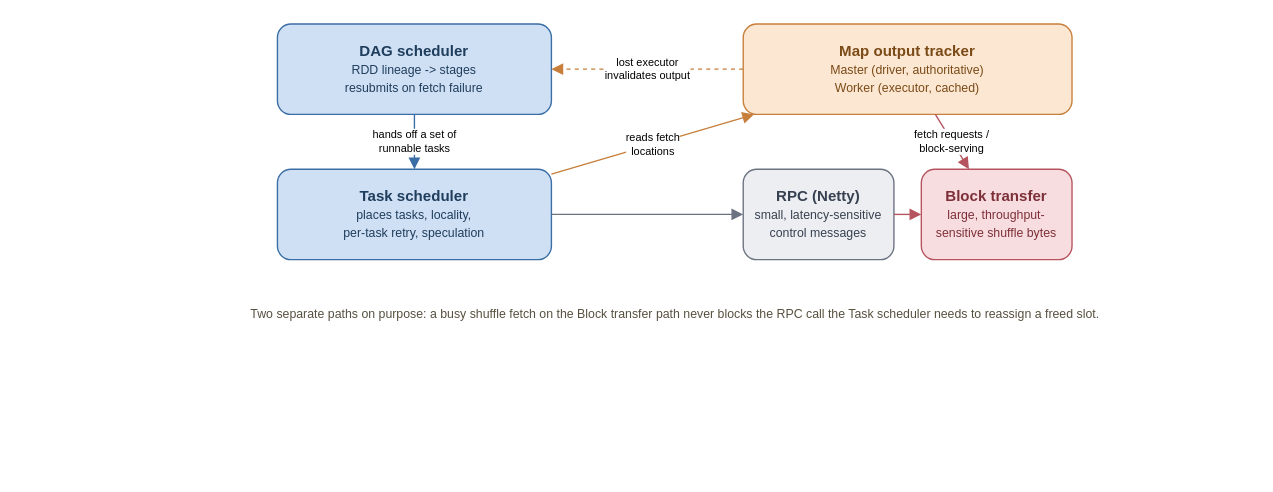
Earlier version of the draw.io diagram book/figures/scheduler-components.drawio (AlanPhan04/spark-101-to-pro). Source tidied: cells renumbered, new cells numbered last; positions are measured from the earlier drawing's top-left corner, leaving out a move shared by most shapes. Both pictures are drawn from the tidied source at 137%, with x=0, y=0 at pixel (277, 23).
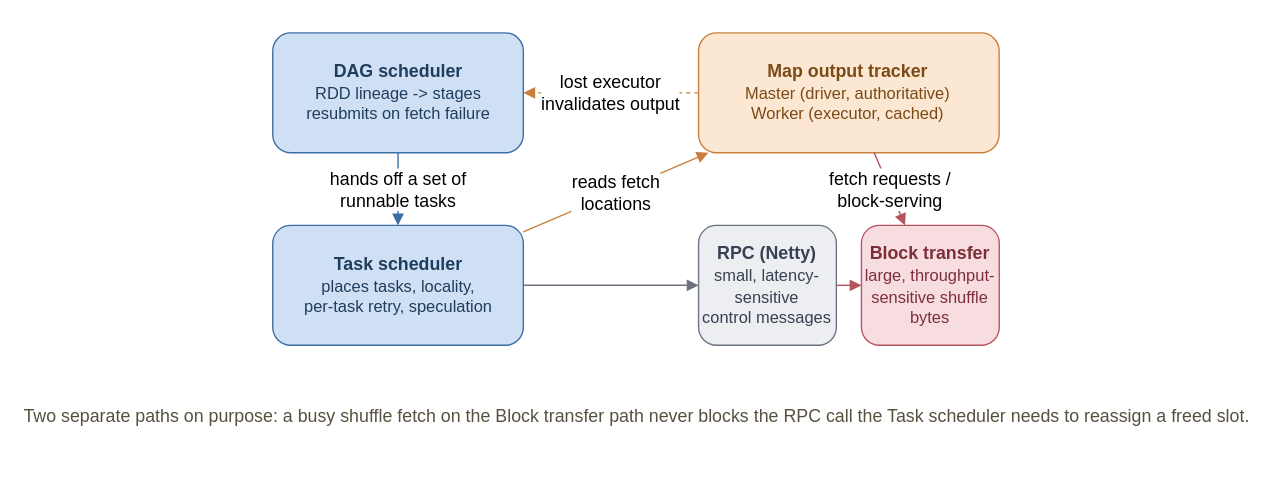
Above is the later version.

The edit, as a diff of the source:
```diff
@@
 <mxGraphModel>
   <root>
     <mxCell id="0" />
     <mxCell id="1" parent="0" />
-    <mxCell id="2" value="&lt;b&gt;DAG scheduler&lt;/b&gt;&lt;br&gt;&lt;span style=&quot;font-size:9px&quot;&gt;RDD lineage -&amp;gt; stages&lt;br&gt;resubmits on fetch failure&lt;/span&gt;" style="rounded=1;whiteSpace=wrap;html=1;fillColor=#cfe0f4;strokeColor=#3b6ea5;fontSize=11;fontColor=#1f3d5c;" parent="1" vertex="1">
-      <mxGeometry width="200" height="66" as="geometry" />
+    <mxCell id="2" value="&lt;b&gt;DAG scheduler&lt;/b&gt;&lt;br&gt;&lt;span style=&quot;font-size:12px&quot;&gt;RDD lineage -&amp;gt; stages&lt;br&gt;resubmits on fetch failure&lt;/span&gt;" style="rounded=1;whiteSpace=wrap;html=1;fillColor=#cfe0f4;strokeColor=#3b6ea5;fontSize=13;fontColor=#1f3d5c;" parent="1" vertex="1">
+      <mxGeometry x="-3.4" y="6.5" width="182.9" height="87.5" as="geometry" />
     </mxCell>
-    <mxCell id="3" value="&lt;b&gt;Task scheduler&lt;/b&gt;&lt;br&gt;&lt;span style=&quot;font-size:9px&quot;&gt;places tasks, locality,&lt;br&gt;per-task retry, speculation&lt;/span&gt;" style="rounded=1;whiteSpace=wrap;html=1;fillColor=#cfe0f4;strokeColor=#3b6ea5;fontSize=11;fontColor=#1f3d5c;" parent="1" vertex="1">
-      <mxGeometry y="106" width="200" height="66" as="geometry" />
+    <mxCell id="3" value="&lt;b&gt;Task scheduler&lt;/b&gt;&lt;br&gt;&lt;span style=&quot;font-size:12px&quot;&gt;places tasks, locality,&lt;br&gt;per-task retry, speculation&lt;/span&gt;" style="rounded=1;whiteSpace=wrap;html=1;fillColor=#cfe0f4;strokeColor=#3b6ea5;fontSize=13;fontColor=#1f3d5c;" parent="1" vertex="1">
+      <mxGeometry x="-3.4" y="147" width="182.9" height="87.5" as="geometry" />
     </mxCell>
-    <mxCell id="4" value="&lt;b&gt;Map output tracker&lt;/b&gt;&lt;br&gt;&lt;span style=&quot;font-size:9px&quot;&gt;Master (driver, authoritative)&lt;br&gt;Worker (executor, cached)&lt;/span&gt;" style="rounded=1;whiteSpace=wrap;html=1;fillColor=#fce7d2;strokeColor=#c77f3b;fontSize=11;fontColor=#7a4a17;" parent="1" vertex="1">
-      <mxGeometry x="340" width="240" height="66" as="geometry" />
+    <mxCell id="4" value="&lt;b&gt;Map output tracker&lt;/b&gt;&lt;br&gt;&lt;span style=&quot;font-size:12px&quot;&gt;Master (driver, authoritative)&lt;br&gt;Worker (executor, cached)&lt;/span&gt;" style="rounded=1;whiteSpace=wrap;html=1;fillColor=#fce7d2;strokeColor=#c77f3b;fontSize=13;fontColor=#7a4a17;" parent="1" vertex="1">
+      <mxGeometry x="307.4" y="6.5" width="219.4" height="87.5" as="geometry" />
     </mxCell>
-    <mxCell id="5" value="&lt;b&gt;RPC (Netty)&lt;/b&gt;&lt;br&gt;&lt;span style=&quot;font-size:9px&quot;&gt;small, latency-sensitive&lt;br&gt;control messages&lt;/span&gt;" style="rounded=1;whiteSpace=wrap;html=1;fillColor=#eceef1;strokeColor=#6b7280;fontSize=11;fontColor=#374151;" parent="1" vertex="1">
-      <mxGeometry x="340" y="106" width="110" height="66" as="geometry" />
+    <mxCell id="5" value="&lt;b&gt;RPC (Netty)&lt;/b&gt;&lt;br&gt;&lt;span style=&quot;font-size:12px&quot;&gt;small, latency-sensitive&lt;br&gt;control messages&lt;/span&gt;" style="rounded=1;whiteSpace=wrap;html=1;fillColor=#eceef1;strokeColor=#6b7280;fontSize=13;fontColor=#374151;" parent="1" vertex="1">
+      <mxGeometry x="307.4" y="147" width="100.6" height="87.5" as="geometry" />
     </mxCell>
-    <mxCell id="6" value="&lt;b&gt;Block transfer&lt;/b&gt;&lt;br&gt;&lt;span style=&quot;font-size:9px&quot;&gt;large, throughput-&lt;br&gt;sensitive shuffle bytes&lt;/span&gt;" style="rounded=1;whiteSpace=wrap;html=1;fillColor=#f7dde0;strokeColor=#b5545e;fontSize=11;fontColor=#7d2f38;" parent="1" vertex="1">
-      <mxGeometry x="470" y="106" width="110" height="66" as="geometry" />
+    <mxCell id="6" value="&lt;b&gt;Block transfer&lt;/b&gt;&lt;br&gt;&lt;span style=&quot;font-size:12px&quot;&gt;large, throughput-&lt;br&gt;sensitive shuffle bytes&lt;/span&gt;" style="rounded=1;whiteSpace=wrap;html=1;fillColor=#f7dde0;strokeColor=#b5545e;fontSize=13;fontColor=#7d2f38;" parent="1" vertex="1">
+      <mxGeometry x="426.3" y="147" width="100.6" height="87.5" as="geometry" />
     </mxCell>
-    <mxCell id="7" value="hands off a set of&#10;runnable tasks" style="edges=1;html=1;endArrow=block;strokeColor=#3b6ea5;fontSize=8;" parent="1" edge="1" source="2" target="3">
+    <mxCell id="7" value="hands off a set of&#10;runnable tasks" style="edges=1;html=1;endArrow=block;strokeColor=#3b6ea5;fontSize=13;" parent="1" edge="1" source="2" target="3">
       <mxGeometry relative="1" as="geometry" />
     </mxCell>
-    <mxCell id="8" value="reads fetch&#10;locations" style="edges=1;html=1;endArrow=block;strokeColor=#c77f3b;fontSize=8;" parent="1" edge="1" source="3" target="4">
+    <mxCell id="8" value="reads fetch&#10;locations" style="edges=1;html=1;endArrow=block;strokeColor=#c77f3b;fontSize=13;" parent="1" edge="1" source="3" target="4">
       <mxGeometry relative="1" as="geometry" />
     </mxCell>
-    <mxCell id="9" value="lost executor&#10;invalidates output" style="edges=1;html=1;endArrow=block;strokeColor=#c77f3b;fontSize=8;dashed=1;" parent="1" edge="1" source="4" target="2">
+    <mxCell id="9" value="lost executor&#10;invalidates output" style="edges=1;html=1;endArrow=block;strokeColor=#c77f3b;fontSize=13;dashed=1;" parent="1" edge="1" source="4" target="2">
       <mxGeometry relative="1" as="geometry" />
     </mxCell>
     <mxCell id="10" style="edges=1;html=1;endArrow=block;strokeColor=#6b7280;" parent="1" edge="1" source="3" target="5">
       <mxGeometry relative="1" as="geometry" />
     </mxCell>
     <mxCell id="11" style="edges=1;html=1;endArrow=block;strokeColor=#b5545e;" parent="1" edge="1" source="5" target="6">
       <mxGeometry relative="1" as="geometry" />
     </mxCell>
-    <mxCell id="12" value="fetch requests /&#10;block-serving" style="edges=1;html=1;endArrow=block;strokeColor=#b5545e;fontSize=8;" parent="1" edge="1" source="4" target="6">
+    <mxCell id="12" value="fetch requests /&#10;block-serving" style="edges=1;html=1;endArrow=block;strokeColor=#b5545e;fontSize=13;" parent="1" edge="1" source="4" target="6">
       <mxGeometry relative="1" as="geometry" />
     </mxCell>
-    <mxCell id="13" value="Two separate paths on purpose: a busy shuffle fetch on the Block transfer path never blocks the RPC call the Task scheduler needs to reassign a freed slot." style="text;html=1;align=center;fontSize=9;fontColor=#57503f;" parent="1" vertex="1">
-      <mxGeometry y="200" width="580" height="40" as="geometry" />
+    <mxCell id="13" value="Two separate paths on purpose: a busy shuffle fetch on the Block transfer path never blocks the RPC call the Task scheduler needs to reassign a freed slot." style="text;html=1;align=center;fontSize=13;fontColor=#57503f;" parent="1" vertex="1">
+      <mxGeometry x="-3.4" y="271.7" width="530.3" height="53" as="geometry" />
     </mxCell>
   </root>
 </mxGraphModel>
```
